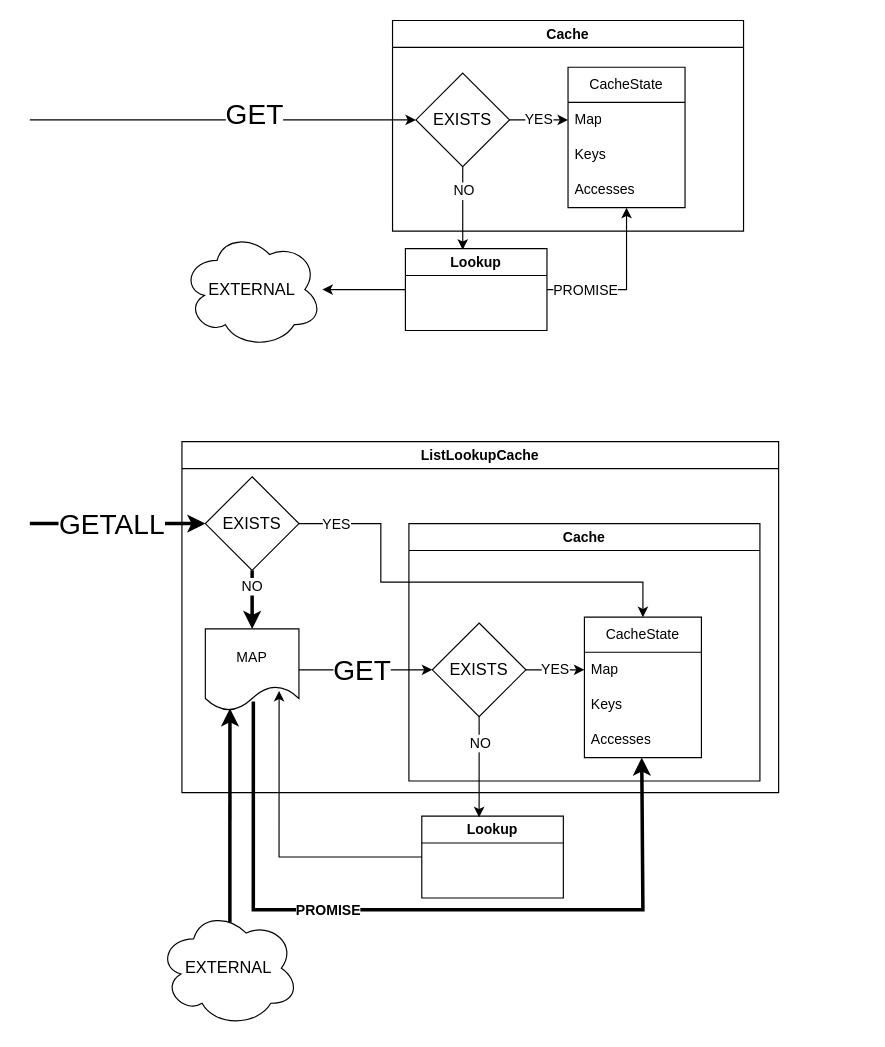
The draw.io diagram assets/images/2023/12/cache_composition.drawio in stevenrskelton/stevenrskelton.github.io, before the edit. Source tidied: cells renumbered, new cells numbered last; positions are measured from the earlier drawing's top-left corner, leaving out a move shared by most shapes. Both pictures are drawn from the tidied source at 117%, with x=0, y=0 at pixel (29, 20).
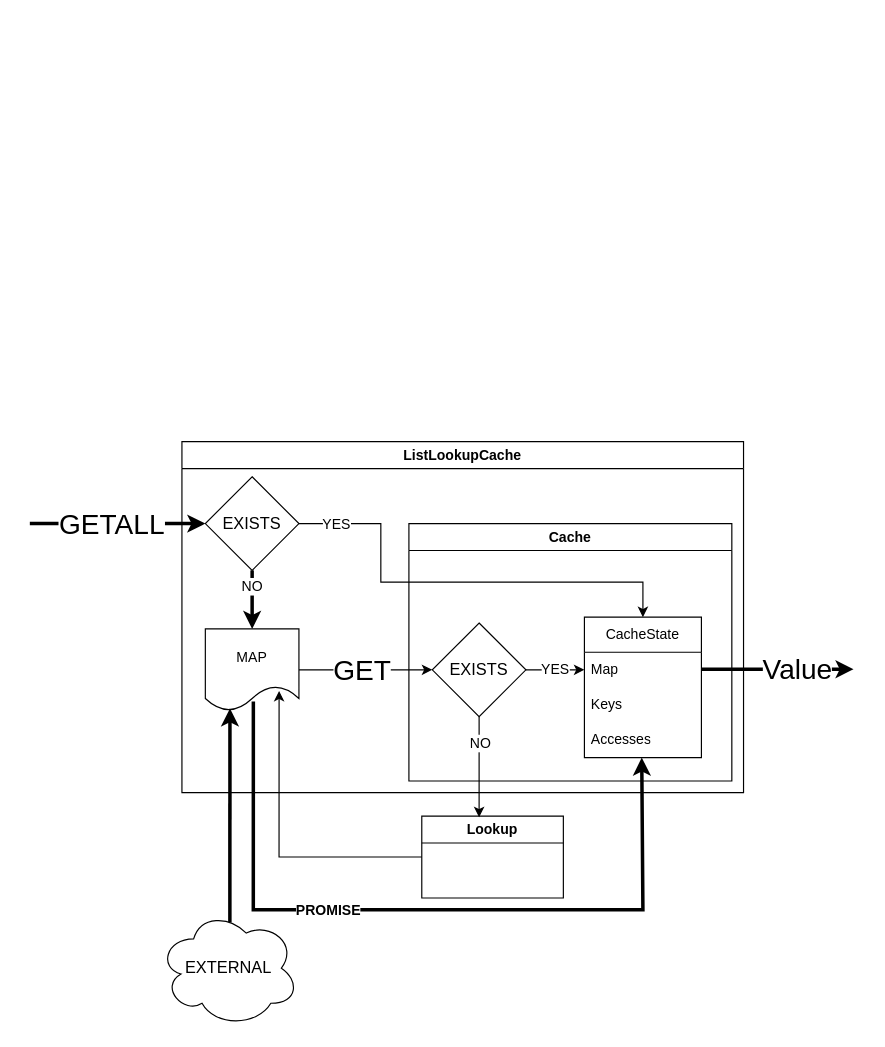
The same page after the edit.

Diff of the diagram source:
```diff
@@
-    <mxCell id="2" value="EXTERNAL" style="ellipse;shape=cloud;whiteSpace=wrap;html=1;fontSize=14;" parent="1" vertex="1">
-      <mxGeometry x="130" y="180" width="120" height="100" as="geometry" />
-    </mxCell>
-    <mxCell id="3" style="edgeStyle=orthogonalEdgeStyle;rounded=0;jettySize=auto;html=1;exitX=0.5;exitY=1;exitDx=0;exitDy=0;entryX=0.405;entryY=0.014;entryDx=0;entryDy=0;entryPerimeter=0;" parent="1" edge="1" source="11" target="17">
-      <mxGeometry relative="1" as="geometry" />
-    </mxCell>
-    <mxCell id="4" value="NO" style="edgeLabel;html=1;align=center;verticalAlign=middle;fontSize=12;" parent="3" vertex="1">
-      <mxGeometry x="-0.72" y="-2" relative="1" as="geometry">
-        <mxPoint x="2" y="10" as="offset" />
-      </mxGeometry>
-    </mxCell>
-    <mxCell id="5" value="Cache" style="swimlane;whiteSpace=wrap;html=1;" parent="1" vertex="1">
-      <mxGeometry x="310" width="300" height="180" as="geometry" />
-    </mxCell>
-    <mxCell id="6" value="CacheState" style="swimlane;fontStyle=0;horizontal=1;startSize=30;whiteSpace=wrap;html=1;" parent="5" vertex="1">
-      <mxGeometry x="150" y="40" width="100" height="120" as="geometry" />
-    </mxCell>
-    <mxCell id="7" value="Map" style="text;strokeColor=none;fillColor=none;align=left;verticalAlign=middle;spacingLeft=4;spacingRight=4;overflow=hidden;points=[[0,0.5],[1,0.5]];portConstraint=eastwest;whiteSpace=wrap;html=1;" parent="6" vertex="1">
-      <mxGeometry y="30" width="100" height="30" as="geometry" />
-    </mxCell>
-    <mxCell id="8" value="Keys" style="text;strokeColor=none;fillColor=none;align=left;verticalAlign=middle;spacingLeft=4;spacingRight=4;overflow=hidden;whiteSpace=wrap;html=1;" parent="6" vertex="1">
-      <mxGeometry y="60" width="100" height="30" as="geometry" />
-    </mxCell>
-    <mxCell id="9" value="Accesses" style="text;strokeColor=none;fillColor=none;align=left;verticalAlign=middle;spacingLeft=4;spacingRight=4;overflow=hidden;whiteSpace=wrap;html=1;" parent="6" vertex="1">
-      <mxGeometry y="90" width="100" height="30" as="geometry" />
-    </mxCell>
-    <mxCell id="10" value="YES" style="edgeStyle=orthogonalEdgeStyle;rounded=0;jettySize=auto;html=1;entryX=0;entryY=0.5;entryDx=0;entryDy=0;fontSize=12;" parent="5" edge="1" source="11" target="7">
-      <mxGeometry relative="1" as="geometry" />
-    </mxCell>
-    <mxCell id="11" value="EXISTS" style="rhombus;whiteSpace=wrap;html=1;fontSize=14;" parent="5" vertex="1">
-      <mxGeometry x="20" y="45" width="80" height="80" as="geometry" />
-    </mxCell>
-    <mxCell id="12" style="edgeStyle=orthogonalEdgeStyle;rounded=0;jettySize=auto;html=1;entryX=0.5;entryY=1;entryDx=0;entryDy=0;exitX=1;exitY=0.5;exitDx=0;exitDy=0;" parent="1" edge="1" source="17" target="6">
-      <mxGeometry relative="1" as="geometry">
-        <Array as="points">
-          <mxPoint x="510" y="230" />
-        </Array>
-      </mxGeometry>
-    </mxCell>
-    <mxCell id="13" value="PROMISE" style="edgeLabel;html=1;align=center;verticalAlign=middle;fontSize=12;" parent="12" vertex="1">
-      <mxGeometry x="-0.29" relative="1" as="geometry">
-        <mxPoint x="-17" as="offset" />
-      </mxGeometry>
-    </mxCell>
-    <mxCell id="14" style="edgeStyle=orthogonalEdgeStyle;rounded=0;jettySize=auto;html=1;entryX=0;entryY=0.5;entryDx=0;entryDy=0;" parent="1" edge="1" target="11">
-      <mxGeometry relative="1" as="geometry">
-        <mxPoint y="85" as="sourcePoint" />
-        <Array as="points">
-          <mxPoint x="190" y="85" />
-        </Array>
-      </mxGeometry>
-    </mxCell>
-    <mxCell id="15" value="GET" style="edgeLabel;html=1;align=center;verticalAlign=middle;fontSize=24;" parent="14" vertex="1">
-      <mxGeometry x="0.47" relative="1" as="geometry">
-        <mxPoint x="-52" y="-5" as="offset" />
-      </mxGeometry>
-    </mxCell>
-    <mxCell id="16" style="edgeStyle=orthogonalEdgeStyle;rounded=0;jettySize=auto;html=1;" parent="1" edge="1" source="17" target="2">
-      <mxGeometry relative="1" as="geometry" />
-    </mxCell>
-    <mxCell id="17" value="Lookup" style="swimlane;whiteSpace=wrap;html=1;" parent="1" vertex="1">
-      <mxGeometry x="321" y="195" width="121" height="70" as="geometry" />
-    </mxCell>
     <mxCell id="18" value="ListLookupCache" style="swimlane;whiteSpace=wrap;html=1;" parent="1" vertex="1">
-      <mxGeometry x="130" y="360" width="510" height="300" as="geometry" />
+      <mxGeometry x="130" y="360" width="480" height="300" as="geometry" />
     </mxCell>
@@
     <mxCell id="28" value="Cache" style="swimlane;whiteSpace=wrap;html=1;" parent="18" vertex="1">
-      <mxGeometry x="194" y="70" width="300" height="220" as="geometry" />
+      <mxGeometry x="194" y="70" width="276" height="220" as="geometry" />
     </mxCell>
@@
+    <mxCell id="43" style="edgeStyle=orthogonalEdgeStyle;rounded=0;orthogonalLoop=1;jettySize=auto;html=1;strokeWidth=3;" parent="28" edge="1">
+      <mxGeometry relative="1" as="geometry">
+        <mxPoint x="250" y="124.5" as="sourcePoint" />
+        <mxPoint x="380" y="124.5" as="targetPoint" />
+        <Array as="points">
+          <mxPoint x="310" y="124.5" />
+        </Array>
+      </mxGeometry>
+    </mxCell>
+    <mxCell id="44" value="Value" style="edgeLabel;html=1;align=center;verticalAlign=middle;fontSize=24;" parent="43" vertex="1">
+      <mxGeometry x="0.47" relative="1" as="geometry">
+        <mxPoint x="-15" as="offset" />
+      </mxGeometry>
+    </mxCell>
```
